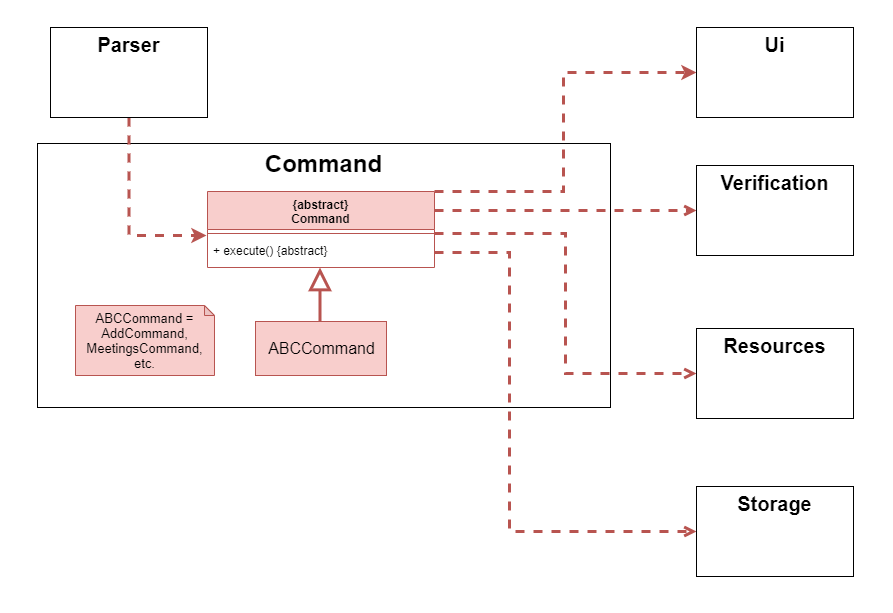
theeugenechong/tp keeps this draw.io diagram as docs/developerGuideDiagrams/commandComponent.png. Above is the earlier version. Source tidied: cells renumbered, new cells last; positions are measured from the earlier drawing's top-left corner, leaving out a move shared by most shapes.
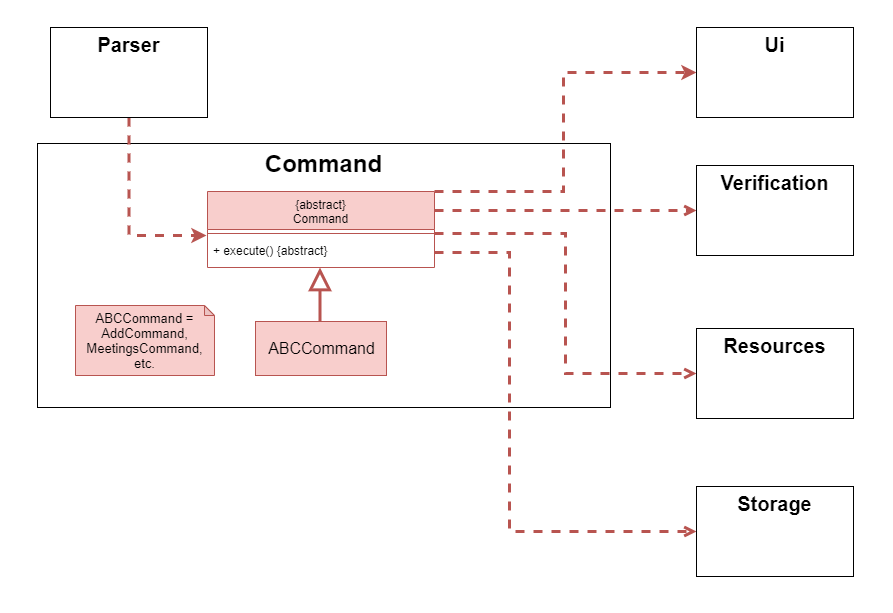
Later version of the same file.

Change to the diagram source:
```diff
@@ -51,7 +51,7 @@
         </Array>
       </mxGeometry>
     </mxCell>
-    <mxCell id="14" value="{abstract}&#10;Command" style="swimlane;fontStyle=1;align=center;verticalAlign=top;horizontal=1;startSize=38;fillColor=#f8cecc;strokeColor=#b85450;" parent="1" vertex="1">
+    <mxCell id="14" value="{abstract}&#10;Command" style="swimlane;fontStyle=0;align=center;verticalAlign=top;horizontal=1;startSize=38;fillColor=#f8cecc;strokeColor=#b85450;" parent="1" vertex="1">
       <mxGeometry x="207" y="191" width="227" height="76" as="geometry" />
     </mxCell>
     <mxCell id="15" style="line;strokeWidth=1;fillColor=#f8cecc;align=left;verticalAlign=middle;spacingTop=-1;spacingLeft=3;spacingRight=3;labelPosition=right;points=[];portConstraint=eastwest;strokeColor=#b85450;" parent="14" vertex="1">
```
